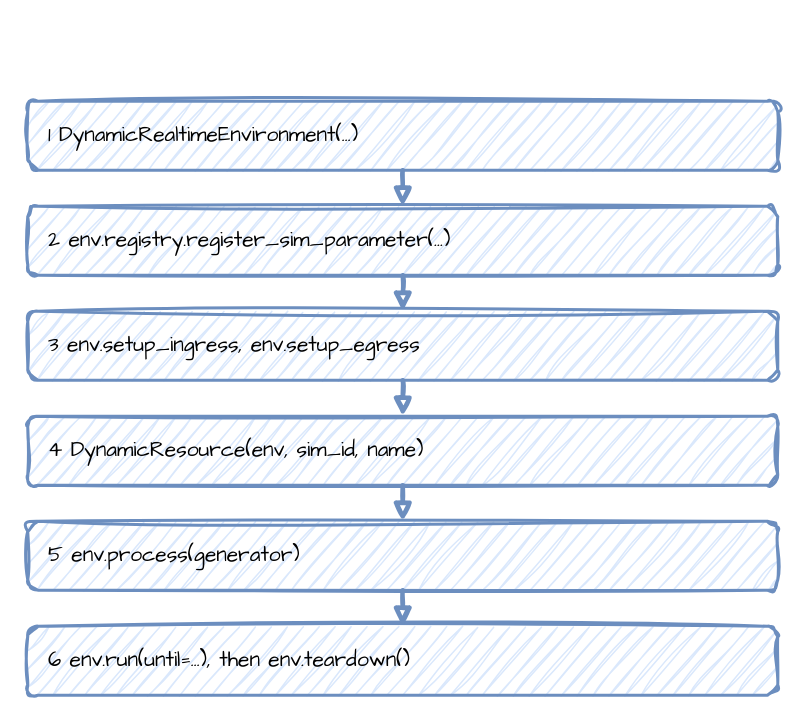
Above: docs/assets/diagrams/low-level-steps.drawio in jaehyeon-kim/desflow (draw.io), before the change. Source tidied: cells renumbered, new cells numbered last; positions are measured from the earlier drawing's top-left corner, leaving out a move shared by most shapes. Both pictures are drawn from the tidied source at 150%, with x=0, y=0 at pixel (27, 100).
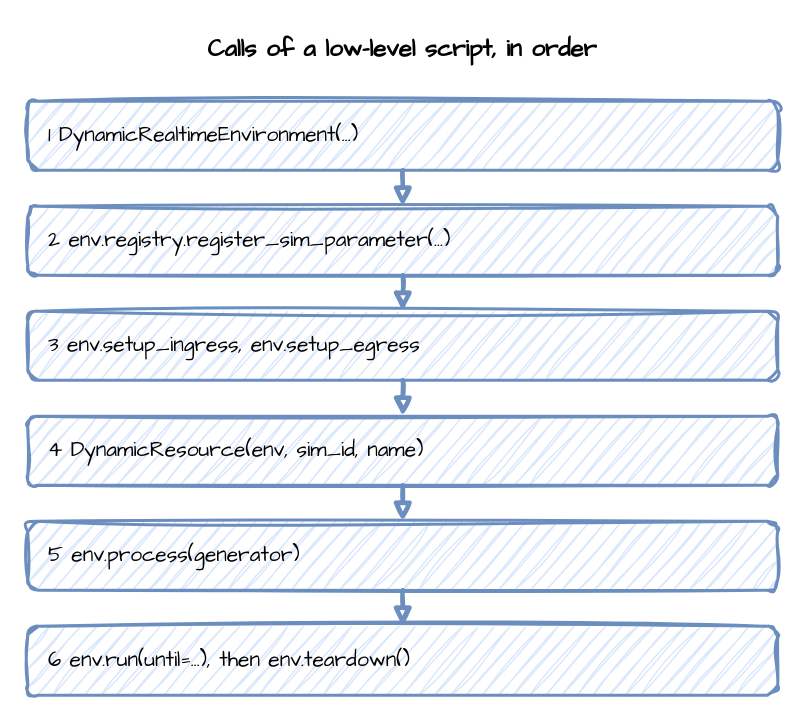
After the change.

The edit, as a diff of the source:
```diff
@@
 <mxGraphModel>
   <root>
     <mxCell id="0" />
     <mxCell id="1" parent="0" />
+    <mxCell id="13" value="Calls of a low-level script, in order" style="text;html=1;align=center;verticalAlign=middle;whiteSpace=wrap;fontFamily=Comic Sans MS;fontSize=16;fontStyle=1;" parent="1" vertex="1">
+      <mxGeometry y="-50" width="500" height="30" as="geometry" />
+    </mxCell>
     <mxCell id="2" value="1  DynamicRealtimeEnvironment(...)" style="rounded=1;whiteSpace=wrap;html=1;sketch=1;curveFitting=1;jiggle=2;fontFamily=Comic Sans MS;fontSize=14;fillColor=#dae8fc;strokeColor=#6c8ebf;strokeWidth=2;align=left;spacingLeft=12;" parent="1" vertex="1">
       <mxGeometry width="500" height="46" as="geometry" />
     </mxCell>
     <mxCell id="3" value="2  env.registry.register_sim_parameter(...)" style="rounded=1;whiteSpace=wrap;html=1;sketch=1;curveFitting=1;jiggle=2;fontFamily=Comic Sans MS;fontSize=14;fillColor=#dae8fc;strokeColor=#6c8ebf;strokeWidth=2;align=left;spacingLeft=12;" parent="1" vertex="1">
       <mxGeometry y="70" width="500" height="46" as="geometry" />
     </mxCell>
     <mxCell id="4" value="3  env.setup_ingress, env.setup_egress" style="rounded=1;whiteSpace=wrap;html=1;sketch=1;curveFitting=1;jiggle=2;fontFamily=Comic Sans MS;fontSize=14;fillColor=#dae8fc;strokeColor=#6c8ebf;strokeWidth=2;align=left;spacingLeft=12;" parent="1" vertex="1">
       <mxGeometry y="140" width="500" height="46" as="geometry" />
     </mxCell>
     <mxCell id="5" value="4  DynamicResource(env, sim_id, name)" style="rounded=1;whiteSpace=wrap;html=1;sketch=1;curveFitting=1;jiggle=2;fontFamily=Comic Sans MS;fontSize=14;fillColor=#dae8fc;strokeColor=#6c8ebf;strokeWidth=2;align=left;spacingLeft=12;" parent="1" vertex="1">
       <mxGeometry y="210" width="500" height="46" as="geometry" />
     </mxCell>
     <mxCell id="6" value="5  env.process(generator)" style="rounded=1;whiteSpace=wrap;html=1;sketch=1;curveFitting=1;jiggle=2;fontFamily=Comic Sans MS;fontSize=14;fillColor=#dae8fc;strokeColor=#6c8ebf;strokeWidth=2;align=left;spacingLeft=12;" parent="1" vertex="1">
       <mxGeometry y="280" width="500" height="46" as="geometry" />
     </mxCell>
     <mxCell id="7" value="6  env.run(until=...), then env.teardown()" style="rounded=1;whiteSpace=wrap;html=1;sketch=1;curveFitting=1;jiggle=2;fontFamily=Comic Sans MS;fontSize=14;fillColor=#dae8fc;strokeColor=#6c8ebf;strokeWidth=2;align=left;spacingLeft=12;" parent="1" vertex="1">
       <mxGeometry y="350" width="500" height="46" as="geometry" />
     </mxCell>
     <mxCell id="8" style="edgeStyle=orthogonalEdgeStyle;rounded=0;sketch=1;html=1;strokeWidth=3;endArrow=block;strokeColor=#6c8ebf;fontFamily=Comic Sans MS;fontSize=13;labelBackgroundColor=#ffffff;exitX=0.5;exitY=1;exitDx=0;exitDy=0;entryX=0.5;entryY=0;entryDx=0;entryDy=0;" parent="1" edge="1" source="2" target="3">
       <mxGeometry relative="1" as="geometry" />
     </mxCell>
     <mxCell id="9" style="edgeStyle=orthogonalEdgeStyle;rounded=0;sketch=1;html=1;strokeWidth=3;endArrow=block;strokeColor=#6c8ebf;fontFamily=Comic Sans MS;fontSize=13;labelBackgroundColor=#ffffff;exitX=0.5;exitY=1;exitDx=0;exitDy=0;entryX=0.5;entryY=0;entryDx=0;entryDy=0;" parent="1" edge="1" source="3" target="4">
       <mxGeometry relative="1" as="geometry" />
     </mxCell>
     <mxCell id="10" style="edgeStyle=orthogonalEdgeStyle;rounded=0;sketch=1;html=1;strokeWidth=3;endArrow=block;strokeColor=#6c8ebf;fontFamily=Comic Sans MS;fontSize=13;labelBackgroundColor=#ffffff;exitX=0.5;exitY=1;exitDx=0;exitDy=0;entryX=0.5;entryY=0;entryDx=0;entryDy=0;" parent="1" edge="1" source="4" target="5">
       <mxGeometry relative="1" as="geometry" />
     </mxCell>
     <mxCell id="11" style="edgeStyle=orthogonalEdgeStyle;rounded=0;sketch=1;html=1;strokeWidth=3;endArrow=block;strokeColor=#6c8ebf;fontFamily=Comic Sans MS;fontSize=13;labelBackgroundColor=#ffffff;exitX=0.5;exitY=1;exitDx=0;exitDy=0;entryX=0.5;entryY=0;entryDx=0;entryDy=0;" parent="1" edge="1" source="5" target="6">
       <mxGeometry relative="1" as="geometry" />
     </mxCell>
     <mxCell id="12" style="edgeStyle=orthogonalEdgeStyle;rounded=0;sketch=1;html=1;strokeWidth=3;endArrow=block;strokeColor=#6c8ebf;fontFamily=Comic Sans MS;fontSize=13;labelBackgroundColor=#ffffff;exitX=0.5;exitY=1;exitDx=0;exitDy=0;entryX=0.5;entryY=0;entryDx=0;entryDy=0;" parent="1" edge="1" source="6" target="7">
       <mxGeometry relative="1" as="geometry" />
     </mxCell>
   </root>
 </mxGraphModel>
```
